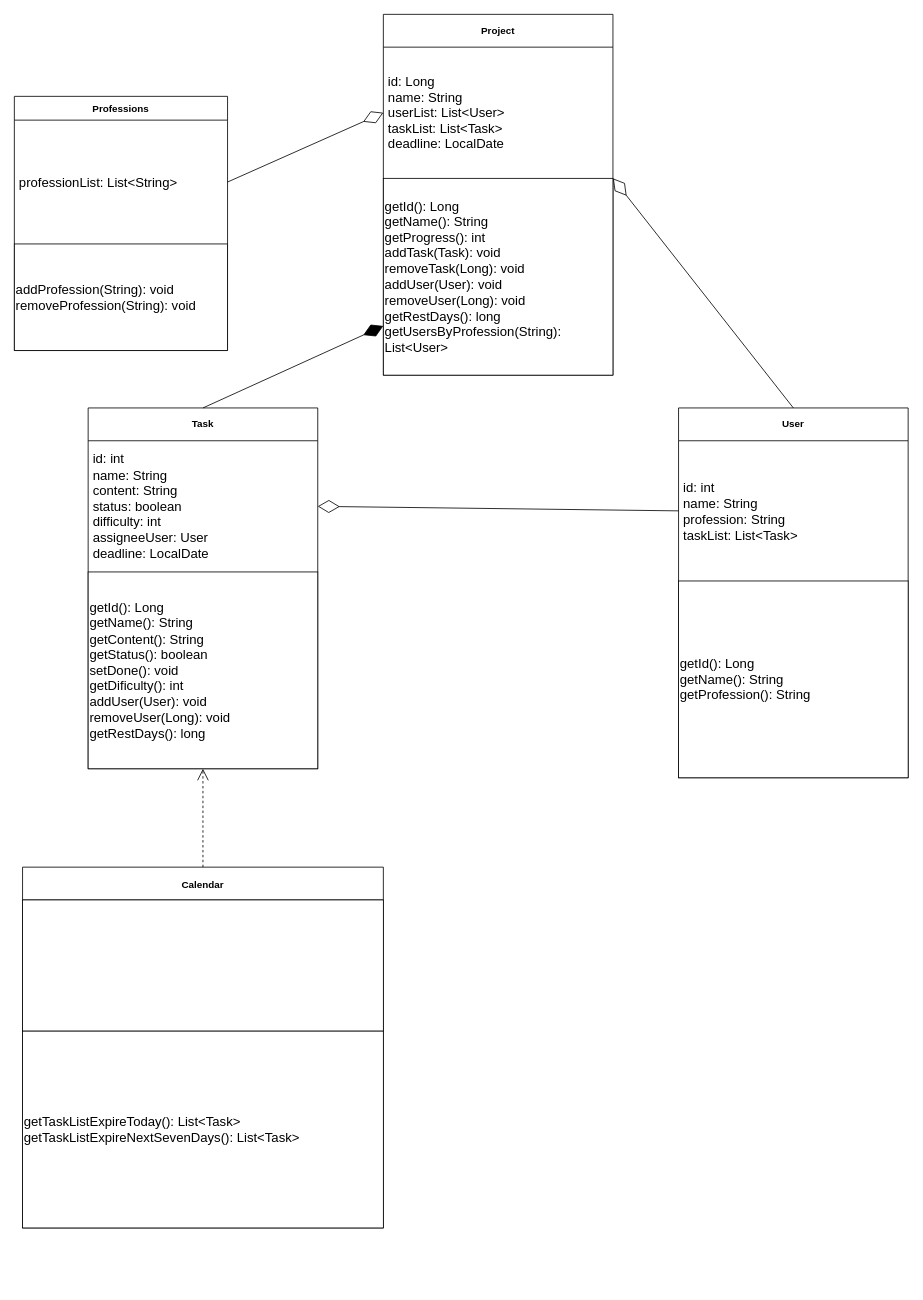
This is uml.drawio from SibGuys/ood, a draw.io file, before an edit. Source tidied: cells renumbered, new cells numbered last; positions are measured from the earlier drawing's top-left corner, leaving out a move shared by most shapes. Both pictures are drawn from the tidied source at 82%, with x=0, y=0 at pixel (14, 14).
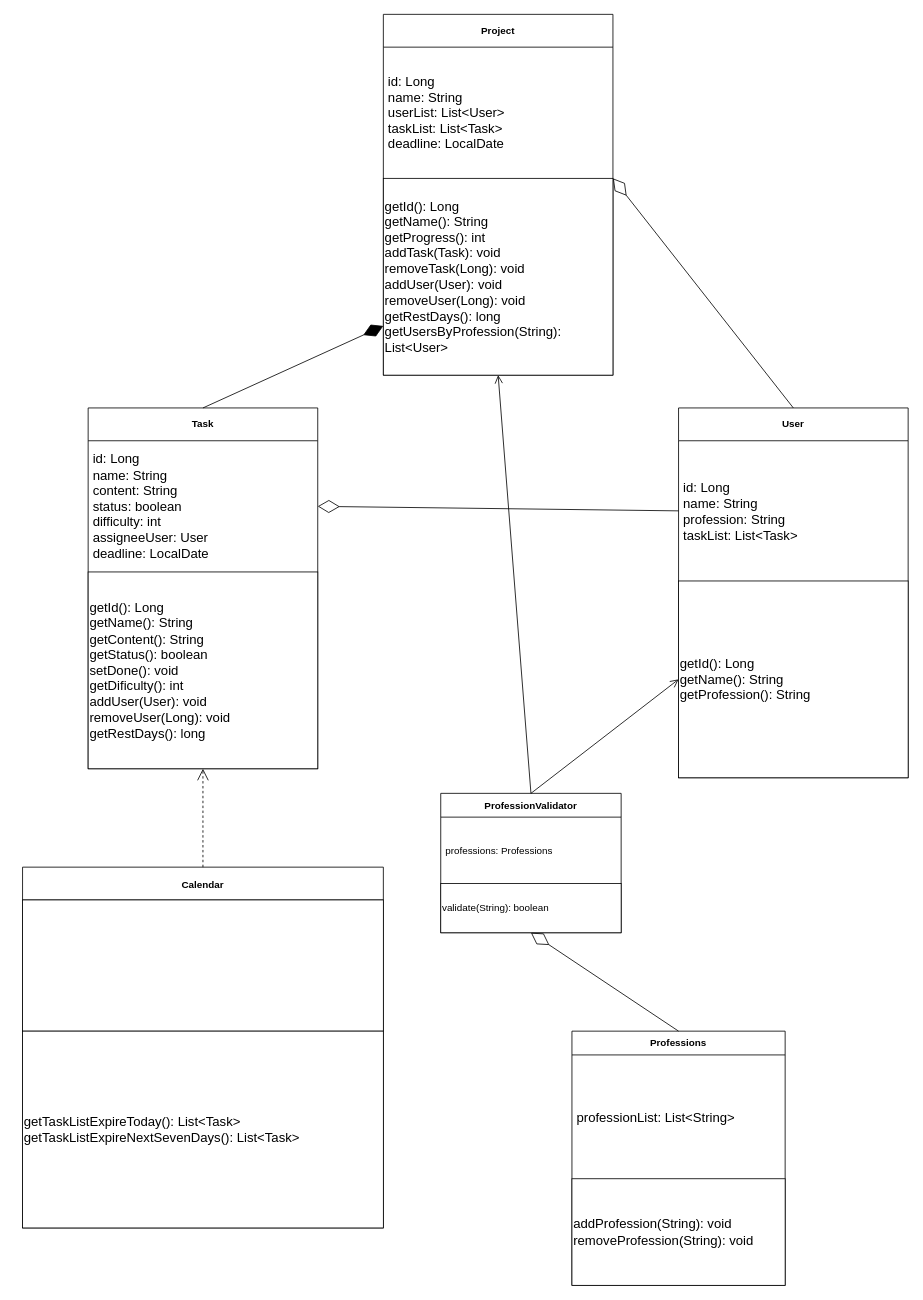
After the change.

Unchanged cells that the change refers to:
```xml
<mxCell id="2" value="Task" style="swimlane;fontStyle=1;align=center;verticalAlign=middle;horizontal=1;startSize=40;html=1;whiteSpace=wrap;" parent="1" vertex="1">
  <mxGeometry x="90" y="480" width="280" height="440" as="geometry" />
</mxCell>
<mxCell id="5" value="Project" style="swimlane;fontStyle=1;align=center;verticalAlign=middle;horizontal=1;startSize=40;html=1;whiteSpace=wrap;" parent="1" vertex="1">
  <mxGeometry x="450" width="280" height="440" as="geometry" />
</mxCell>
<mxCell id="6" value="&lt;font style=&quot;font-size: 16px;&quot;&gt;id: Long&lt;br&gt;name: String&lt;br&gt;userList: List&amp;lt;User&amp;gt;&lt;br&gt;taskList: List&amp;lt;Task&amp;gt;&lt;br&gt;deadline: LocalDate&lt;br&gt;&lt;/font&gt;" style="text;html=1;strokeColor=none;fillColor=none;align=left;verticalAlign=middle;spacingLeft=4;spacingRight=4;overflow=hidden;points=[[0,0.5],[1,0.5]];portConstraint=eastwest;whiteSpace=wrap;" parent="5" vertex="1">
  <mxGeometry y="40" width="280" height="160" as="geometry" />
</mxCell>
<mxCell id="8" value="User" style="swimlane;fontStyle=1;align=center;verticalAlign=middle;horizontal=1;startSize=40;html=1;whiteSpace=wrap;" parent="1" vertex="1">
  <mxGeometry x="810" y="480" width="280" height="451" as="geometry" />
</mxCell>
<mxCell id="10" value="&lt;font style=&quot;font-size: 16px;&quot;&gt;getId(): Long&lt;br&gt;getName(): String&lt;br&gt;getProfession(): String&lt;br&gt;&lt;/font&gt;" style="rounded=0;whiteSpace=wrap;html=1;fontSize=16;align=left;" parent="8" vertex="1">
  <mxGeometry y="211" width="280" height="240" as="geometry" />
</mxCell>
<mxCell id="19" value="&lt;font style=&quot;font-size: 16px;&quot;&gt;professionList: List&amp;lt;String&amp;gt;&lt;/font&gt;" style="text;html=1;strokeColor=none;fillColor=none;align=left;verticalAlign=middle;spacingLeft=4;spacingRight=4;overflow=hidden;points=[[0,0.5],[1,0.5]];portConstraint=eastwest;whiteSpace=wrap;" parent="18" vertex="1">
  <mxGeometry y="29" width="260" height="151" as="geometry" />
</mxCell>
```

Change to the diagram source:
```diff
@@
-    <mxCell id="3" value="&lt;font style=&quot;font-size: 16px;&quot;&gt;id: int&lt;br&gt;name: String&lt;br&gt;content: String&lt;br&gt;status: boolean&lt;br&gt;difficulty: int&lt;br&gt;assigneeUser: User&lt;br&gt;deadline: LocalDate&lt;/font&gt;" style="text;html=1;strokeColor=none;fillColor=none;align=left;verticalAlign=middle;spacingLeft=4;spacingRight=4;overflow=hidden;points=[[0,0.5],[1,0.5]];portConstraint=eastwest;whiteSpace=wrap;" parent="2" vertex="1">
+    <mxCell id="3" value="&lt;font style=&quot;font-size: 16px;&quot;&gt;id: Long&lt;br&gt;name: String&lt;br&gt;content: String&lt;br&gt;status: boolean&lt;br&gt;difficulty: int&lt;br&gt;assigneeUser: User&lt;br&gt;deadline: LocalDate&lt;/font&gt;" style="text;html=1;strokeColor=none;fillColor=none;align=left;verticalAlign=middle;spacingLeft=4;spacingRight=4;overflow=hidden;points=[[0,0.5],[1,0.5]];portConstraint=eastwest;whiteSpace=wrap;" parent="2" vertex="1">
       <mxGeometry y="40" width="280" height="160" as="geometry" />
     </mxCell>
@@
-    <mxCell id="9" value="&lt;font style=&quot;font-size: 16px;&quot;&gt;id: int&lt;br style=&quot;border-color: var(--border-color);&quot;&gt;name: String&lt;br&gt;profession: String&lt;br&gt;taskList: List&amp;lt;Task&amp;gt;&lt;br&gt;&lt;/font&gt;" style="text;html=1;strokeColor=none;fillColor=none;align=left;verticalAlign=middle;spacingLeft=4;spacingRight=4;overflow=hidden;points=[[0,0.5],[1,0.5]];portConstraint=eastwest;whiteSpace=wrap;" parent="8" vertex="1">
+    <mxCell id="9" value="&lt;font style=&quot;font-size: 16px;&quot;&gt;id: Long&lt;br style=&quot;border-color: var(--border-color);&quot;&gt;name: String&lt;br&gt;profession: String&lt;br&gt;taskList: List&amp;lt;Task&amp;gt;&lt;br&gt;&lt;/font&gt;" style="text;html=1;strokeColor=none;fillColor=none;align=left;verticalAlign=middle;spacingLeft=4;spacingRight=4;overflow=hidden;points=[[0,0.5],[1,0.5]];portConstraint=eastwest;whiteSpace=wrap;" parent="8" vertex="1">
       <mxGeometry y="40" width="280" height="171" as="geometry" />
     </mxCell>
@@
     <mxCell id="18" value="&lt;font style=&quot;font-size: 12px;&quot;&gt;Professions&lt;/font&gt;" style="swimlane;fontStyle=1;align=center;verticalAlign=middle;horizontal=1;startSize=29;html=1;whiteSpace=wrap;" parent="1" vertex="1">
-      <mxGeometry y="100" width="260" height="310" as="geometry" />
+      <mxGeometry x="680" y="1240" width="260" height="310" as="geometry" />
     </mxCell>
@@
-    <mxCell id="21" style="endArrow=diamondThin;endFill=0;endSize=24;html=1;rounded=0;exitX=1;exitY=0.5;exitDx=0;exitDy=0;entryX=0;entryY=0.5;entryDx=0;entryDy=0;" parent="1" edge="1" source="19" target="6">
-      <mxGeometry relative="1" as="geometry" />
-    </mxCell>
+    <mxCell id="22" value="ProfessionValidator" style="swimlane;fontStyle=1;align=center;verticalAlign=middle;horizontal=1;startSize=29;html=1;whiteSpace=wrap;" parent="1" vertex="1">
+      <mxGeometry x="520" y="950" width="220" height="170" as="geometry" />
+    </mxCell>
+    <mxCell id="23" value="professions: Professions" style="text;html=1;strokeColor=none;fillColor=none;align=left;verticalAlign=middle;spacingLeft=4;spacingRight=4;overflow=hidden;whiteSpace=wrap;" parent="22" vertex="1">
+      <mxGeometry y="29" width="220" height="81" as="geometry" />
+    </mxCell>
+    <mxCell id="24" value="validate(String): boolean" style="rounded=0;whiteSpace=wrap;html=1;align=left;" parent="22" vertex="1">
+      <mxGeometry y="110" width="220" height="60" as="geometry" />
+    </mxCell>
+    <mxCell id="25" style="endArrow=diamondThin;endFill=0;endSize=24;html=1;rounded=0;exitX=0.5;exitY=0;exitDx=0;exitDy=0;entryX=0.5;entryY=1;entryDx=0;entryDy=0;" parent="1" edge="1" source="18" target="22">
+      <mxGeometry relative="1" as="geometry" />
+    </mxCell>
+    <mxCell id="26" style="endArrow=open;startArrow=none;endFill=0;startFill=0;endSize=8;html=1;verticalAlign=bottom;labelBackgroundColor=none;strokeWidth=1;rounded=0;exitX=0.5;exitY=0;exitDx=0;exitDy=0;entryX=0;entryY=0.5;entryDx=0;entryDy=0;" parent="1" edge="1" source="22" target="10">
+      <mxGeometry relative="1" as="geometry" />
+    </mxCell>
+    <mxCell id="27" style="endArrow=open;startArrow=none;endFill=0;startFill=0;endSize=8;html=1;verticalAlign=bottom;labelBackgroundColor=none;strokeWidth=1;rounded=0;exitX=0.5;exitY=0;exitDx=0;exitDy=0;entryX=0.5;entryY=1;entryDx=0;entryDy=0;" parent="1" edge="1" source="22" target="5">
+      <mxGeometry relative="1" as="geometry" />
+    </mxCell>
```
